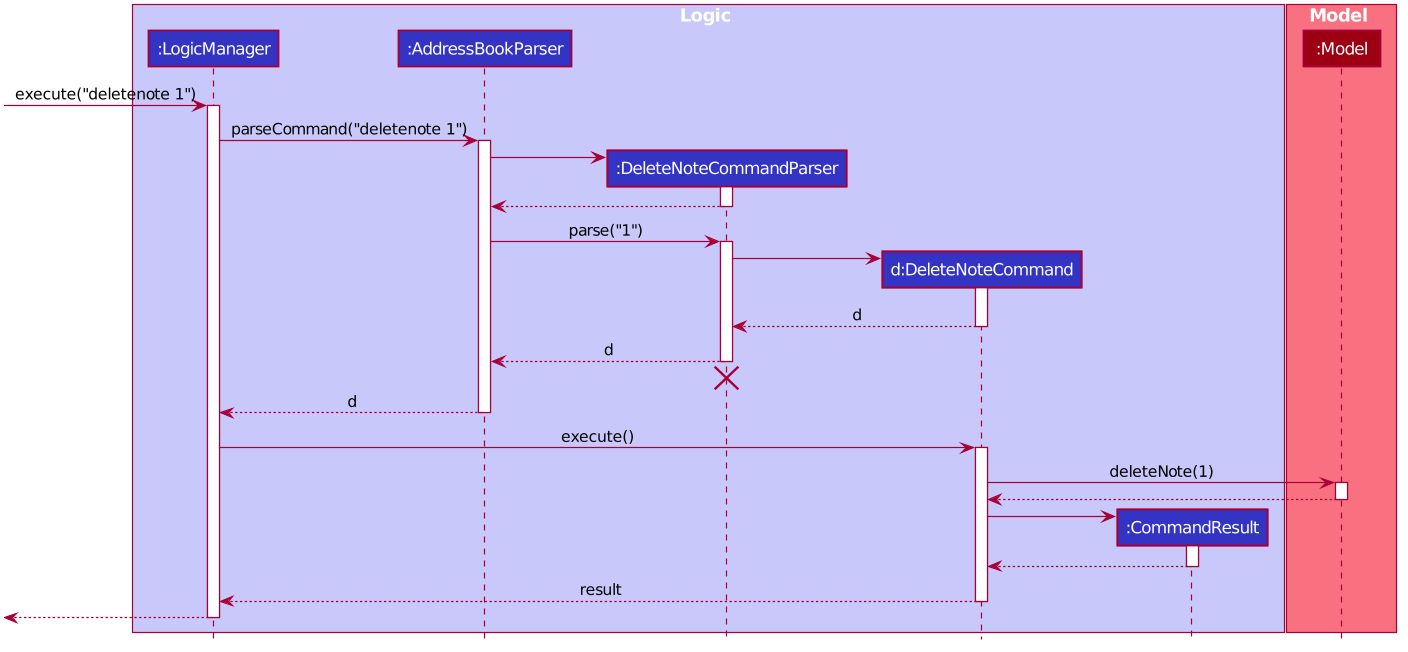
This is docs/images/DeleteSequenceDiagram.png from nus-cs2103-AY1920S1/addressbook-level3, a PlantUML export, as it was before one commit.
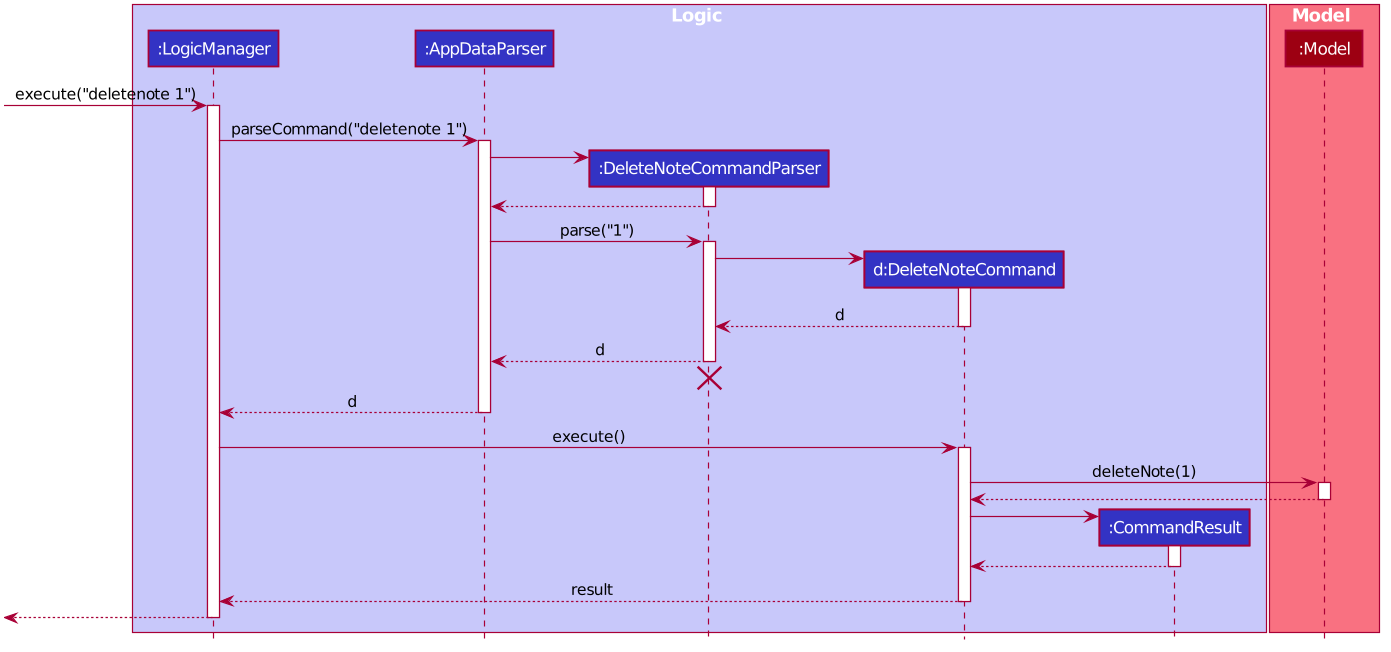
Above is the later version.

The edit, as a diff of the source:
```diff
@@ -50,7 +50,7 @@
 
 box Logic #C8C8FA
 participant ":LogicManager" as LogicManager #3333C4
-participant ":AddressBookParser" as AddressBookParser #3333C4
+participant ":AppDataParser" as AppDataParser #3333C4
 participant ":DeleteNoteCommandParser" as DeleteNoteCommandParser #3333C4
 participant "d:DeleteNoteCommand" as DeleteNoteCommand #3333C4
 participant ":CommandResult" as CommandResult #3333C4
@@ -63,17 +63,17 @@
 [-> LogicManager : execute("deletenote 1")
 activate LogicManager
 
-LogicManager -> AddressBookParser : parseCommand("deletenote 1")
-activate AddressBookParser
+LogicManager -> AppDataParser : parseCommand("deletenote 1")
+activate AppDataParser
 
 create DeleteNoteCommandParser
-AddressBookParser -> DeleteNoteCommandParser
+AppDataParser -> DeleteNoteCommandParser
 activate DeleteNoteCommandParser
 
-DeleteNoteCommandParser --> AddressBookParser
+DeleteNoteCommandParser --> AppDataParser
 deactivate DeleteNoteCommandParser
 
-AddressBookParser -> DeleteNoteCommandParser : parse("1")
+AppDataParser -> DeleteNoteCommandParser : parse("1")
 activate DeleteNoteCommandParser
 
 create DeleteNoteCommand
@@ -83,13 +83,13 @@
 DeleteNoteCommand --> DeleteNoteCommandParser : d
 deactivate DeleteNoteCommand
 
-DeleteNoteCommandParser --> AddressBookParser : d
+DeleteNoteCommandParser --> AppDataParser : d
 deactivate DeleteNoteCommandParser
-DeleteNoteCommandParser -[hidden]-> AddressBookParser
+DeleteNoteCommandParser -[hidden]-> AppDataParser
 destroy DeleteNoteCommandParser
 
-AddressBookParser --> LogicManager : d
-deactivate AddressBookParser
+AppDataParser --> LogicManager : d
+deactivate AppDataParser
 
 LogicManager -> DeleteNoteCommand : execute()
 activate DeleteNoteCommand
```
